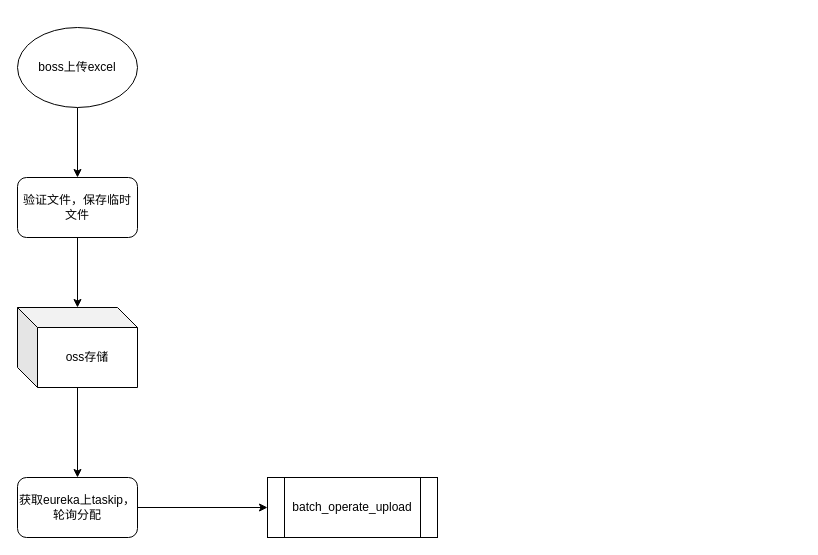
Before: Batch operation.drawio in mirai3zZ/mojito, a draw.io diagram. Source tidied: cells renumbered, new cells numbered last; positions are measured from the earlier drawing's top-left corner, leaving out a move shared by most shapes. Both pictures are drawn from the tidied source at 100%, with x=0, y=0 at pixel (17, 27).
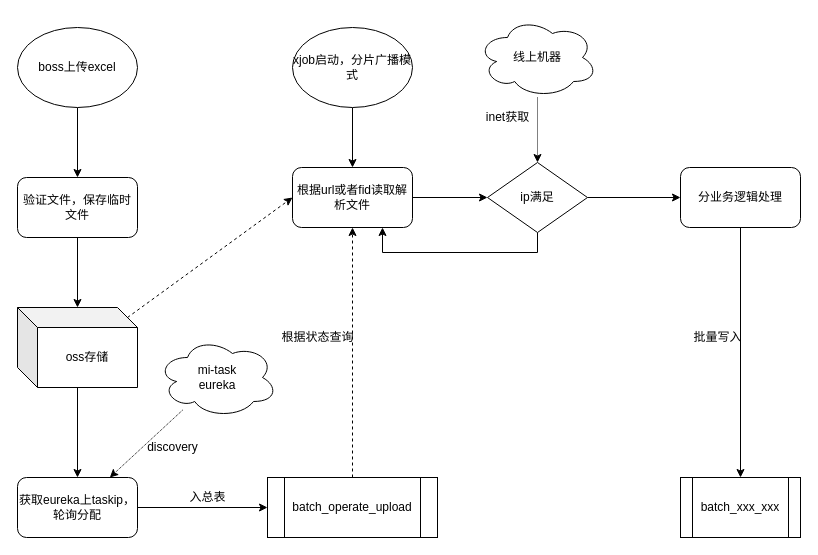
The same page after the edit.

The change refers to these unchanged cells:
```xml
<mxCell id="7" value="oss存储" style="shape=cube;whiteSpace=wrap;html=1;boundedLbl=1;backgroundOutline=1;darkOpacity=0.05;darkOpacity2=0.1;rounded=1;" parent="1" vertex="1">
  <mxGeometry y="280" width="120" height="80" as="geometry" />
</mxCell>
<mxCell id="9" value="获取eureka上taskip，轮询分配" style="whiteSpace=wrap;html=1;rounded=1;" parent="1" vertex="1">
  <mxGeometry y="450" width="120" height="60" as="geometry" />
</mxCell>
<mxCell id="10" value="batch_operate_upload" style="shape=process;whiteSpace=wrap;html=1;backgroundOutline=1;" parent="1" vertex="1">
  <mxGeometry x="250" y="450" width="170" height="60" as="geometry" />
</mxCell>
```

What changed in the source:
```diff
@@
+    <mxCell id="11" style="jettySize=auto;html=1;exitX=0;exitY=0;exitDx=110;exitDy=10;exitPerimeter=0;entryX=0;entryY=0.5;entryDx=0;entryDy=0;rounded=0;dashed=1;" parent="1" edge="1" source="7" target="17">
+      <mxGeometry relative="1" as="geometry" />
+    </mxCell>
@@
+    <mxCell id="12" style="edgeStyle=none;rounded=0;jettySize=auto;html=1;exitX=0.5;exitY=0;exitDx=0;exitDy=0;entryX=0.5;entryY=1;entryDx=0;entryDy=0;dashed=1;" parent="1" edge="1" source="10" target="17">
+      <mxGeometry relative="1" as="geometry" />
+    </mxCell>
@@
+    <mxCell id="13" value="入总表" style="text;html=1;align=center;verticalAlign=middle;" parent="1" vertex="1">
+      <mxGeometry x="165" y="460" width="50" height="20" as="geometry" />
+    </mxCell>
+    <mxCell id="14" style="edgeStyle=orthogonalEdgeStyle;rounded=0;jettySize=auto;html=1;exitX=0.5;exitY=1;exitDx=0;exitDy=0;" parent="1" edge="1" source="15" target="17">
+      <mxGeometry relative="1" as="geometry" />
+    </mxCell>
+    <mxCell id="15" value="xjob启动，分片广播模式" style="ellipse;whiteSpace=wrap;html=1;" parent="1" vertex="1">
+      <mxGeometry x="275" width="120" height="80" as="geometry" />
+    </mxCell>
+    <mxCell id="16" style="edgeStyle=orthogonalEdgeStyle;rounded=0;jettySize=auto;html=1;" parent="1" edge="1" source="17" target="31">
+      <mxGeometry relative="1" as="geometry" />
+    </mxCell>
+    <mxCell id="17" value="根据url或者fid读取解析文件" style="rounded=1;whiteSpace=wrap;html=1;" parent="1" vertex="1">
+      <mxGeometry x="275" y="140" width="120" height="60" as="geometry" />
+    </mxCell>
+    <mxCell id="18" value="根据状态查询" style="text;html=1;align=center;verticalAlign=middle;" parent="1" vertex="1">
+      <mxGeometry x="255" y="300" width="90" height="20" as="geometry" />
+    </mxCell>
+    <mxCell id="19" value="batch_xxx_xxx" style="shape=process;whiteSpace=wrap;html=1;backgroundOutline=1;" parent="1" vertex="1">
+      <mxGeometry x="663" y="450" width="120" height="60" as="geometry" />
+    </mxCell>
+    <mxCell id="20" style="edgeStyle=none;rounded=0;jettySize=auto;html=1;entryX=0.5;entryY=0;entryDx=0;entryDy=0;" parent="1" edge="1" source="21" target="19">
+      <mxGeometry relative="1" as="geometry" />
+    </mxCell>
+    <mxCell id="21" value="分业务逻辑处理" style="rounded=1;whiteSpace=wrap;html=1;" parent="1" vertex="1">
+      <mxGeometry x="663" y="140" width="120" height="60" as="geometry" />
+    </mxCell>
+    <mxCell id="22" value="批量写入" style="text;html=1;align=center;verticalAlign=middle;" parent="1" vertex="1">
+      <mxGeometry x="670" y="300" width="60" height="20" as="geometry" />
+    </mxCell>
+    <mxCell id="23" style="edgeStyle=none;rounded=0;jettySize=auto;html=1;dashed=1;dashPattern=1 1;" parent="1" edge="1" source="24" target="9">
+      <mxGeometry relative="1" as="geometry" />
+    </mxCell>
+    <mxCell id="24" value="mi-task&lt;br&gt;eureka" style="ellipse;shape=cloud;whiteSpace=wrap;html=1;" parent="1" vertex="1">
+      <mxGeometry x="140" y="310" width="120" height="80" as="geometry" />
+    </mxCell>
+    <mxCell id="25" style="edgeStyle=none;rounded=0;jettySize=auto;html=1;dashed=1;dashPattern=1 1;entryX=0.5;entryY=0;entryDx=0;entryDy=0;" parent="1" edge="1" source="26" target="31">
+      <mxGeometry relative="1" as="geometry" />
+    </mxCell>
+    <mxCell id="26" value="线上机器" style="ellipse;shape=cloud;whiteSpace=wrap;html=1;" parent="1" vertex="1">
+      <mxGeometry x="460" y="-10" width="120" height="80" as="geometry" />
+    </mxCell>
+    <mxCell id="27" value="inet获取" style="text;html=1;align=center;verticalAlign=middle;" parent="1" vertex="1">
+      <mxGeometry x="460" y="80" width="60" height="20" as="geometry" />
+    </mxCell>
+    <mxCell id="28" value="discovery" style="text;html=1;align=center;verticalAlign=middle;" parent="1" vertex="1">
+      <mxGeometry x="120" y="410" width="70" height="20" as="geometry" />
+    </mxCell>
+    <mxCell id="29" style="edgeStyle=orthogonalEdgeStyle;rounded=0;jettySize=auto;html=1;" parent="1" edge="1" source="31">
+      <mxGeometry relative="1" as="geometry">
+        <mxPoint x="663" y="170" as="targetPoint" />
+      </mxGeometry>
+    </mxCell>
+    <mxCell id="30" style="edgeStyle=orthogonalEdgeStyle;rounded=0;jettySize=auto;html=1;exitX=0.5;exitY=1;exitDx=0;exitDy=0;entryX=0.75;entryY=1;entryDx=0;entryDy=0;" parent="1" edge="1" source="31" target="17">
+      <mxGeometry relative="1" as="geometry" />
+    </mxCell>
+    <mxCell id="31" value="ip满足" style="rhombus;whiteSpace=wrap;html=1;" parent="1" vertex="1">
+      <mxGeometry x="470" y="135" width="100" height="70" as="geometry" />
+    </mxCell>
```
